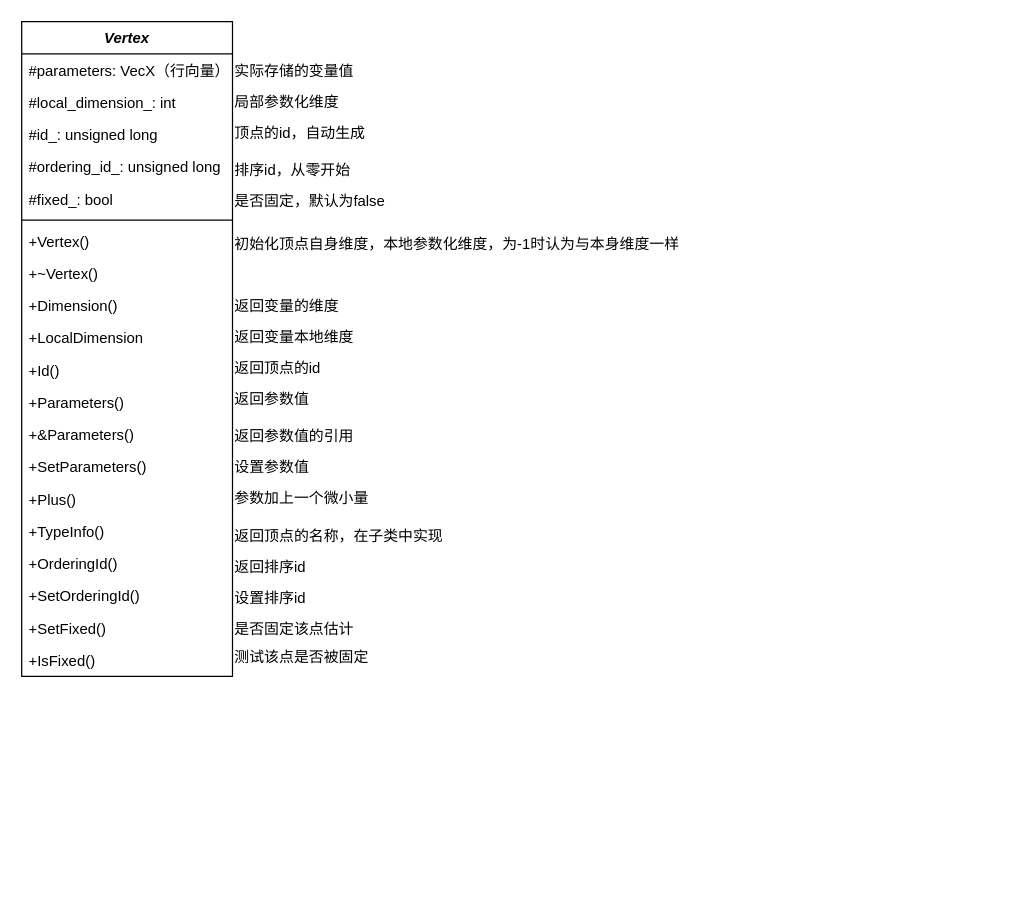
Earlier version of the draw.io diagram vertex.drawio (liu-moon/img). Source tidied: cells renumbered, new cells numbered last; positions are measured from the earlier drawing's top-left corner, leaving out a move shared by most shapes. Both pictures are drawn from the tidied source at 124%, with x=0, y=0 at pixel (21, 21).
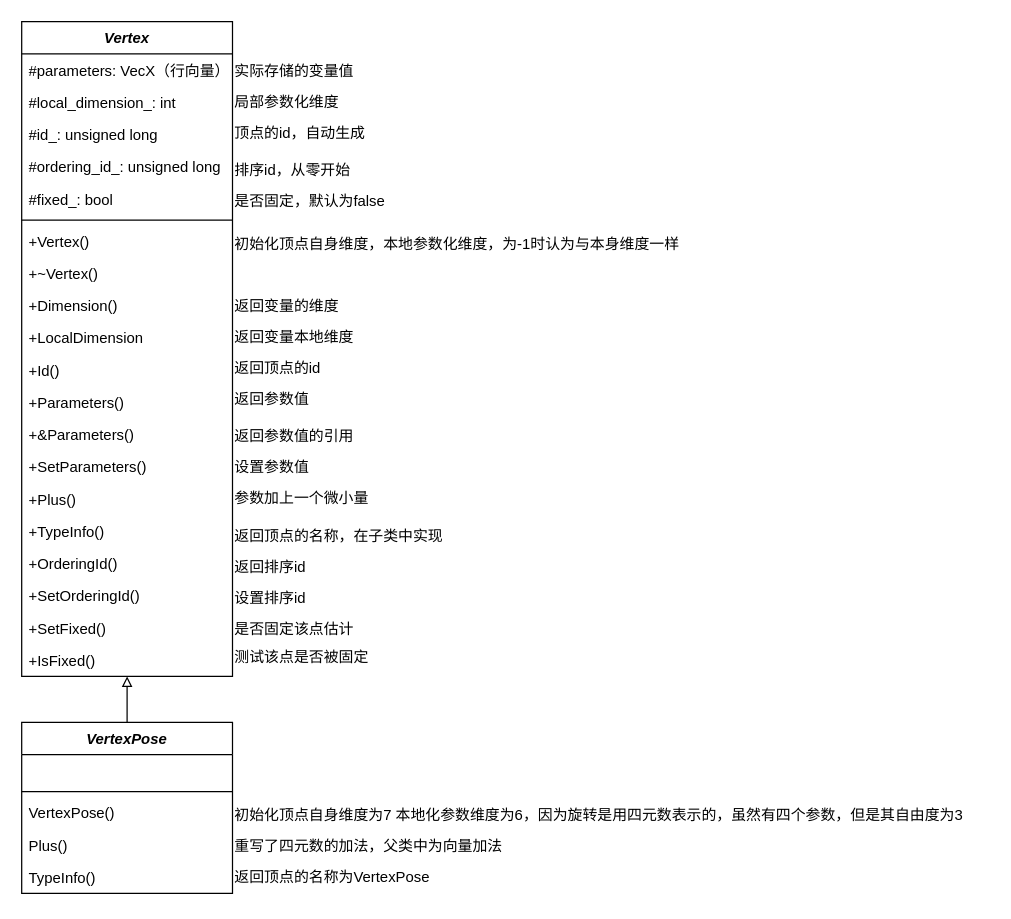
The same diagram, later.

The change refers to these unchanged cells:
```xml
<mxCell id="2" value="&lt;i&gt;Vertex&lt;/i&gt;" style="swimlane;fontStyle=1;align=center;verticalAlign=top;horizontal=1;startSize=26;whiteSpace=wrap;html=1;" parent="1" vertex="1">
  <mxGeometry width="170" height="528" as="geometry" />
</mxCell>
```

Change to the diagram source:
```diff
@@
+    <mxCell id="41" style="edgeStyle=orthogonalEdgeStyle;rounded=0;jettySize=auto;html=1;exitX=0.5;exitY=0;exitDx=0;exitDy=0;endArrow=block;endFill=0;entryX=0.5;entryY=1;entryDx=0;entryDy=0;" parent="1" edge="1" source="42" target="2">
+      <mxGeometry relative="1" as="geometry" />
+    </mxCell>
+    <mxCell id="42" value="&lt;i&gt;VertexPose&lt;/i&gt;" style="swimlane;fontStyle=1;align=center;verticalAlign=top;horizontal=1;startSize=26;whiteSpace=wrap;html=1;" parent="1" vertex="1">
+      <mxGeometry y="565" width="170" height="138" as="geometry" />
+    </mxCell>
+    <mxCell id="43" value="&amp;nbsp;" style="text;strokeColor=none;fillColor=none;align=left;verticalAlign=top;spacingLeft=4;spacingRight=4;overflow=hidden;whiteSpace=wrap;html=1;" parent="42" vertex="1">
+      <mxGeometry y="26" width="170" height="26" as="geometry" />
+    </mxCell>
+    <mxCell id="44" style="line;strokeWidth=1;fillColor=none;align=left;verticalAlign=middle;spacingTop=-1;spacingLeft=3;spacingRight=3;labelPosition=right;strokeColor=inherit;" parent="42" vertex="1">
+      <mxGeometry y="52" width="170" height="8" as="geometry" />
+    </mxCell>
+    <mxCell id="45" value="VertexPose()" style="text;strokeColor=none;fillColor=none;align=left;verticalAlign=top;spacingLeft=4;spacingRight=4;overflow=hidden;whiteSpace=wrap;html=1;" parent="42" vertex="1">
+      <mxGeometry y="60" width="170" height="26" as="geometry" />
+    </mxCell>
+    <mxCell id="46" value="Plus()" style="text;strokeColor=none;fillColor=none;align=left;verticalAlign=top;spacingLeft=4;spacingRight=4;overflow=hidden;whiteSpace=wrap;html=1;" parent="42" vertex="1">
+      <mxGeometry y="86" width="170" height="26" as="geometry" />
+    </mxCell>
+    <mxCell id="47" value="TypeInfo()" style="text;strokeColor=none;fillColor=none;align=left;verticalAlign=top;spacingLeft=4;spacingRight=4;overflow=hidden;whiteSpace=wrap;html=1;" parent="42" vertex="1">
+      <mxGeometry y="112" width="170" height="26" as="geometry" />
+    </mxCell>
+    <mxCell id="48" value="初始化顶点自身维度为7 本地化参数维度为6，因为旋转是用四元数表示的，虽然有四个参数，但是其自由度为3" style="text;html=1;align=left;verticalAlign=middle;strokeColor=none;fillColor=none;" parent="1" vertex="1">
+      <mxGeometry x="170" y="625" width="610" height="30" as="geometry" />
+    </mxCell>
+    <mxCell id="49" value="重写了四元数的加法，父类中为向量加法" style="text;html=1;align=left;verticalAlign=middle;strokeColor=none;fillColor=none;" parent="1" vertex="1">
+      <mxGeometry x="170" y="650" width="235" height="30" as="geometry" />
+    </mxCell>
+    <mxCell id="50" value="返回顶点的名称为VertexPose" style="text;html=1;align=left;verticalAlign=middle;strokeColor=none;fillColor=none;" parent="1" vertex="1">
+      <mxGeometry x="170" y="675" width="180" height="30" as="geometry" />
+    </mxCell>
```
